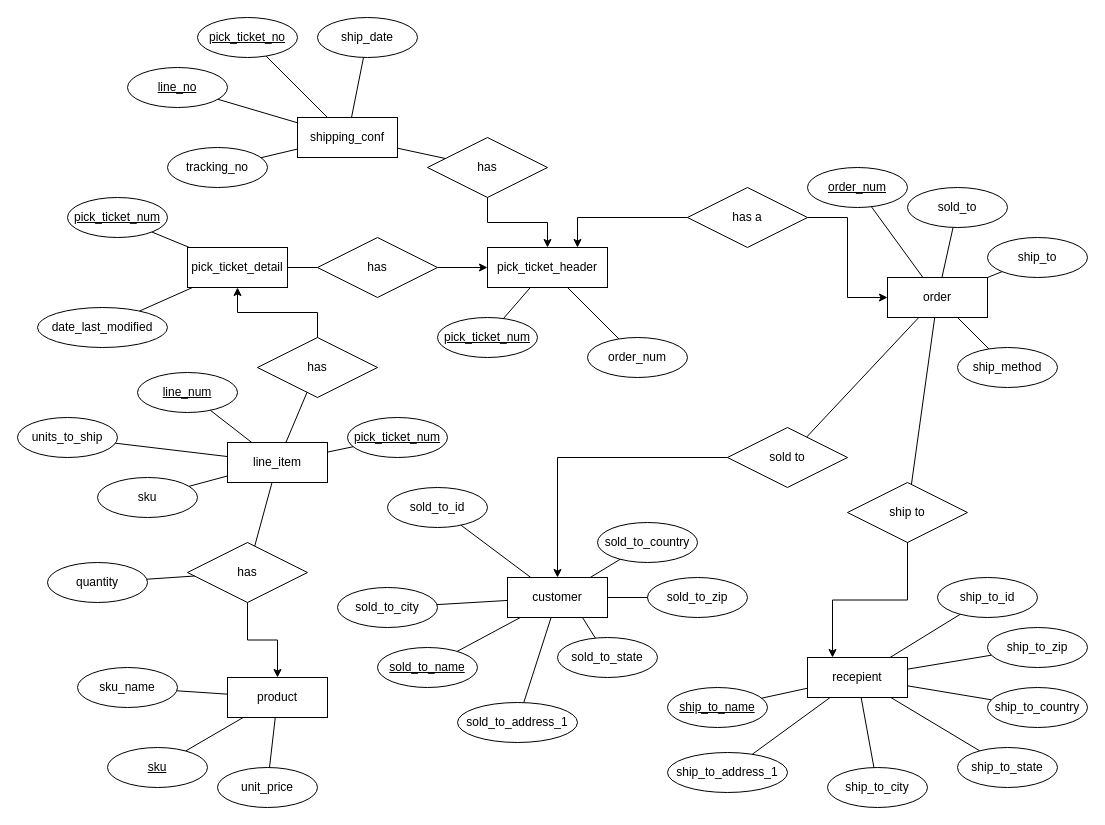
Above: db/WSI Schema.drawio in golfdiscount/golfdiscount-intranet (draw.io), before the change. Source tidied: cells renumbered, new cells numbered last; positions are measured from the earlier drawing's top-left corner, leaving out a move shared by most shapes. Both pictures are drawn from the tidied source at 100%, with x=0, y=0 at pixel (17, 17).
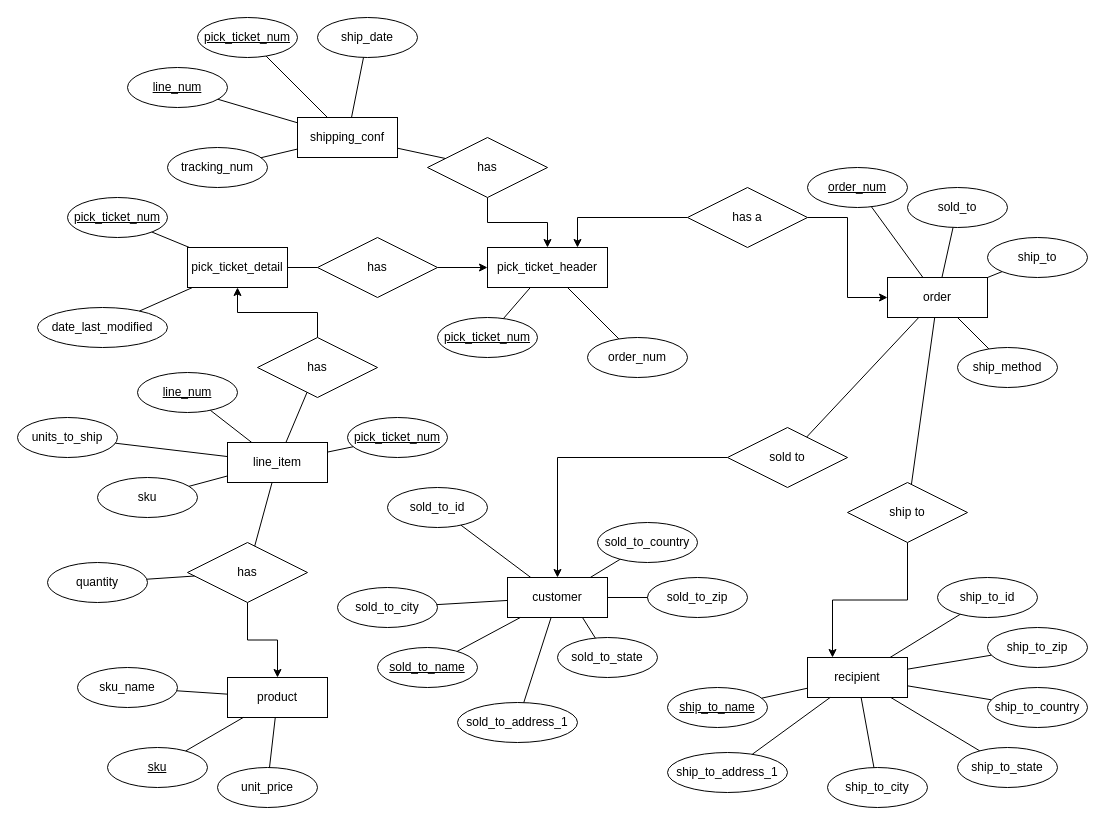
After the change.

Change to the diagram source:
```diff
@@
-    <mxCell id="60" value="recepient" style="whiteSpace=wrap;html=1;align=center;" parent="1" vertex="1">
+    <mxCell id="60" value="recipient" style="whiteSpace=wrap;html=1;align=center;" parent="1" vertex="1">
       <mxGeometry x="790" y="640" width="100" height="40" as="geometry" />
     </mxCell>
@@
-    <mxCell id="88" value="pick_ticket_no" style="ellipse;whiteSpace=wrap;html=1;align=center;fontStyle=4;" parent="1" vertex="1">
+    <mxCell id="88" value="pick_ticket_num" style="ellipse;whiteSpace=wrap;html=1;align=center;fontStyle=4;" parent="1" vertex="1">
       <mxGeometry x="180" width="100" height="40" as="geometry" />
     </mxCell>
@@
-    <mxCell id="90" value="line_no" style="ellipse;whiteSpace=wrap;html=1;align=center;fontStyle=4;" parent="1" vertex="1">
+    <mxCell id="90" value="line_num" style="ellipse;whiteSpace=wrap;html=1;align=center;fontStyle=4;" parent="1" vertex="1">
       <mxGeometry x="110" y="50" width="100" height="40" as="geometry" />
     </mxCell>
-    <mxCell id="91" value="tracking_no" style="ellipse;whiteSpace=wrap;html=1;align=center;" parent="1" vertex="1">
+    <mxCell id="91" value="tracking_num" style="ellipse;whiteSpace=wrap;html=1;align=center;" parent="1" vertex="1">
       <mxGeometry x="150" y="130" width="100" height="40" as="geometry" />
     </mxCell>
```
